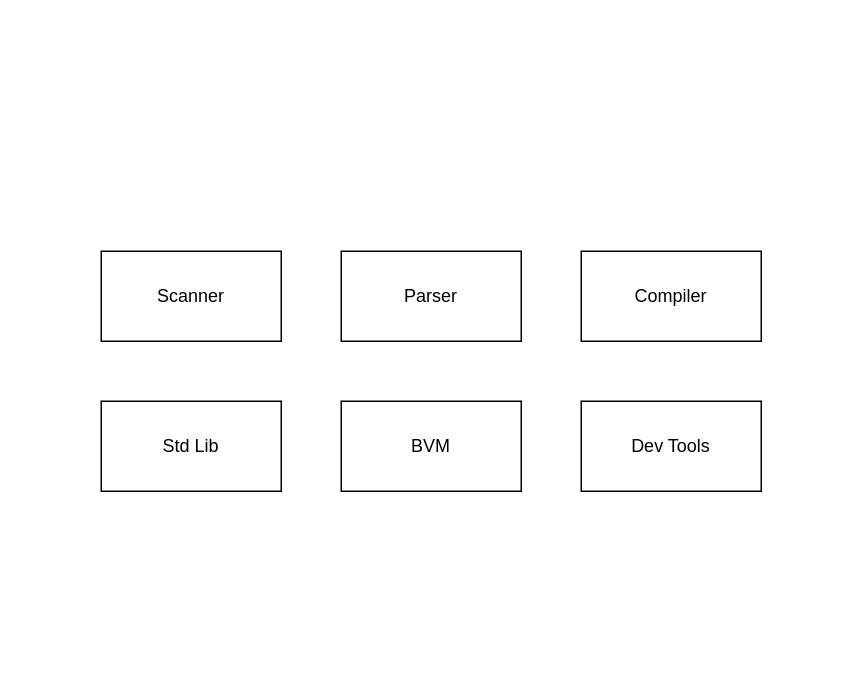
This is func_block.drawio from Redskaber/Joker, a draw.io file, before an edit. Source tidied: cells renumbered, new cells numbered last; positions are measured from the earlier drawing's top-left corner, leaving out a move shared by most shapes. Both pictures are drawn from the tidied source at 150%, with x=0, y=0 at pixel (100, 250).
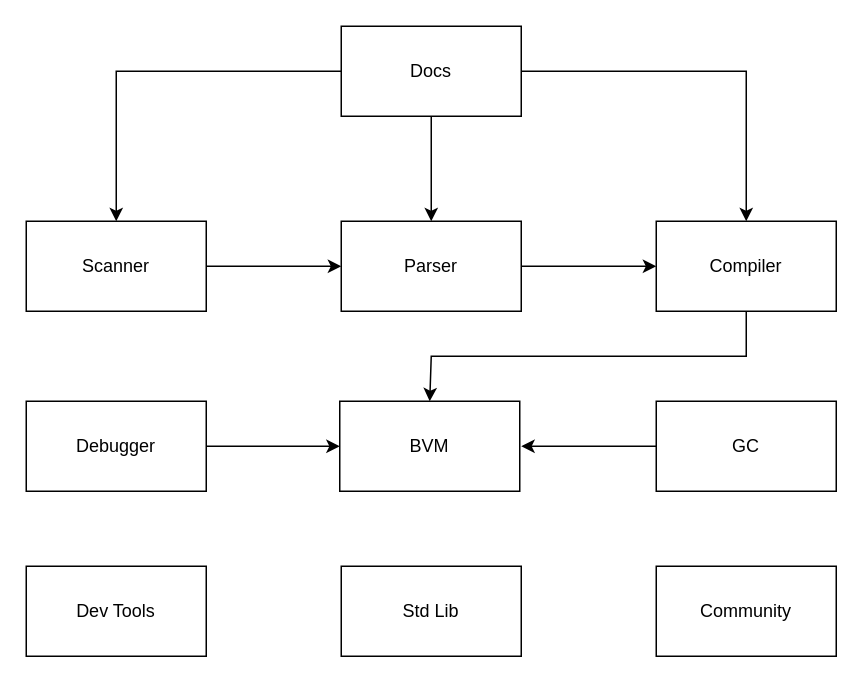
Above is the later version.

What changed in the source:
```diff
@@
-    <mxCell id="2" style="shape=table;startSize=0;childLayout=tableLayout;fontSize=11;fillColor=none;strokeColor=none;" parent="1" vertex="1">
-      <mxGeometry x="170" y="170" width="60" height="60" as="geometry" />
-    </mxCell>
+    <mxCell id="9" style="edgeStyle=orthogonalEdgeStyle;rounded=0;jettySize=auto;html=1;exitX=1;exitY=0.5;exitDx=0;exitDy=0;entryX=0;entryY=0.5;entryDx=0;entryDy=0;" parent="1" edge="1" source="3" target="4">
+      <mxGeometry relative="1" as="geometry" />
+    </mxCell>
     <mxCell id="3" value="Scanner" style="rounded=0;whiteSpace=wrap;html=1;" parent="1" vertex="1">
-      <mxGeometry width="120" height="60" as="geometry" />
+      <mxGeometry x="-50" y="-20" width="120" height="60" as="geometry" />
     </mxCell>
+    <mxCell id="10" style="edgeStyle=orthogonalEdgeStyle;rounded=0;jettySize=auto;html=1;exitX=1;exitY=0.5;exitDx=0;exitDy=0;" parent="1" edge="1" source="4" target="5">
+      <mxGeometry relative="1" as="geometry" />
+    </mxCell>
     <mxCell id="4" value="Parser" style="rounded=0;whiteSpace=wrap;html=1;" parent="1" vertex="1">
-      <mxGeometry x="160" width="120" height="60" as="geometry" />
+      <mxGeometry x="160" y="-20" width="120" height="60" as="geometry" />
     </mxCell>
     <mxCell id="5" value="Compiler" style="rounded=0;whiteSpace=wrap;html=1;" parent="1" vertex="1">
-      <mxGeometry x="320" width="120" height="60" as="geometry" />
+      <mxGeometry x="370" y="-20" width="120" height="60" as="geometry" />
     </mxCell>
     <mxCell id="6" value="Std Lib" style="rounded=0;whiteSpace=wrap;html=1;" parent="1" vertex="1">
-      <mxGeometry y="100" width="120" height="60" as="geometry" />
+      <mxGeometry x="160" y="210" width="120" height="60" as="geometry" />
     </mxCell>
     <mxCell id="7" value="BVM" style="rounded=0;whiteSpace=wrap;html=1;" parent="1" vertex="1">
-      <mxGeometry x="160" y="100" width="120" height="60" as="geometry" />
+      <mxGeometry x="159" y="100" width="120" height="60" as="geometry" />
     </mxCell>
     <mxCell id="8" value="Dev Tools" style="rounded=0;whiteSpace=wrap;html=1;" parent="1" vertex="1">
-      <mxGeometry x="320" y="100" width="120" height="60" as="geometry" />
+      <mxGeometry x="-50" y="210" width="120" height="60" as="geometry" />
     </mxCell>
+    <mxCell id="11" style="edgeStyle=orthogonalEdgeStyle;rounded=0;jettySize=auto;html=1;entryX=0.5;entryY=0;entryDx=0;entryDy=0;" parent="1" edge="1" source="14" target="3">
+      <mxGeometry relative="1" as="geometry" />
+    </mxCell>
+    <mxCell id="12" style="edgeStyle=orthogonalEdgeStyle;rounded=0;jettySize=auto;html=1;exitX=0.5;exitY=1;exitDx=0;exitDy=0;entryX=0.5;entryY=0;entryDx=0;entryDy=0;" parent="1" edge="1" source="14" target="4">
+      <mxGeometry relative="1" as="geometry" />
+    </mxCell>
+    <mxCell id="13" style="edgeStyle=orthogonalEdgeStyle;rounded=0;jettySize=auto;html=1;exitX=1;exitY=0.5;exitDx=0;exitDy=0;entryX=0.5;entryY=0;entryDx=0;entryDy=0;" parent="1" edge="1" source="14" target="5">
+      <mxGeometry relative="1" as="geometry" />
+    </mxCell>
+    <mxCell id="14" value="Docs" style="rounded=0;whiteSpace=wrap;html=1;" parent="1" vertex="1">
+      <mxGeometry x="160" y="-150" width="120" height="60" as="geometry" />
+    </mxCell>
+    <mxCell id="15" value="Community" style="rounded=0;whiteSpace=wrap;html=1;" parent="1" vertex="1">
+      <mxGeometry x="370" y="210" width="120" height="60" as="geometry" />
+    </mxCell>
+    <mxCell id="16" style="edgeStyle=orthogonalEdgeStyle;rounded=0;jettySize=auto;html=1;exitX=1;exitY=0.5;exitDx=0;exitDy=0;" parent="1" edge="1" source="17" target="7">
+      <mxGeometry relative="1" as="geometry" />
+    </mxCell>
+    <mxCell id="17" value="Debugger" style="rounded=0;whiteSpace=wrap;html=1;" parent="1" vertex="1">
+      <mxGeometry x="-50" y="100" width="120" height="60" as="geometry" />
+    </mxCell>
+    <mxCell id="18" style="edgeStyle=orthogonalEdgeStyle;rounded=0;jettySize=auto;html=1;exitX=0.5;exitY=1;exitDx=0;exitDy=0;entryX=0.5;entryY=0;entryDx=0;entryDy=0;" parent="1" edge="1" source="5" target="7">
+      <mxGeometry relative="1" as="geometry">
+        <Array as="points">
+          <mxPoint x="430" y="70" />
+          <mxPoint x="220" y="70" />
+        </Array>
+      </mxGeometry>
+    </mxCell>
+    <mxCell id="19" style="edgeStyle=orthogonalEdgeStyle;rounded=0;jettySize=auto;html=1;exitX=0;exitY=0.5;exitDx=0;exitDy=0;" parent="1" edge="1" source="20">
+      <mxGeometry relative="1" as="geometry">
+        <mxPoint x="280" y="130" as="targetPoint" />
+      </mxGeometry>
+    </mxCell>
+    <mxCell id="20" value="GC" style="rounded=0;whiteSpace=wrap;html=1;" parent="1" vertex="1">
+      <mxGeometry x="370" y="100" width="120" height="60" as="geometry" />
+    </mxCell>
```
